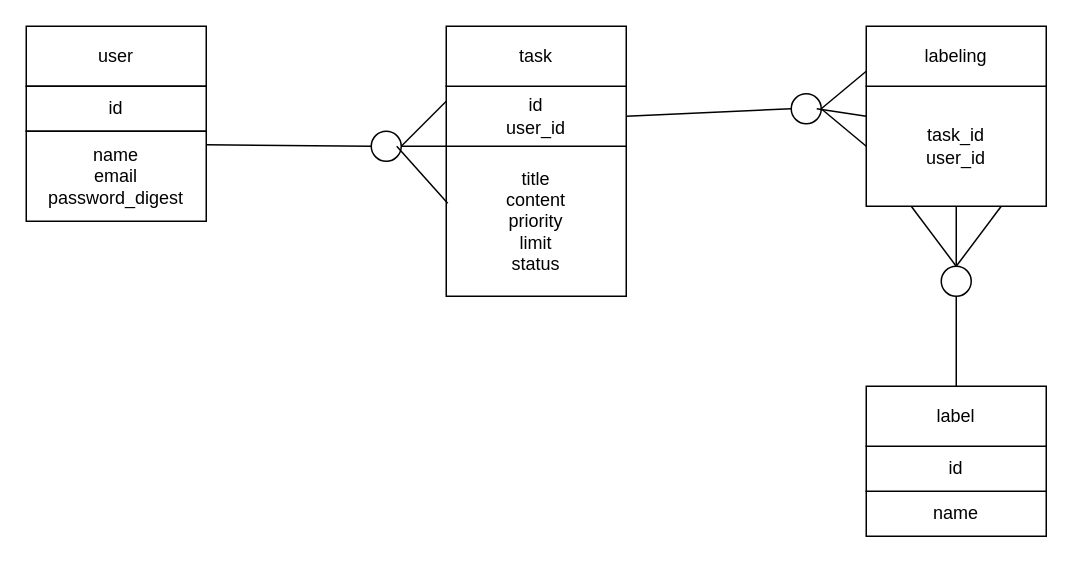
Before: docs/er.drawio in 7sprinkle/manyo_exam, a draw.io diagram. Source tidied: cells renumbered, new cells numbered last; positions are measured from the earlier drawing's top-left corner, leaving out a move shared by most shapes. Both pictures are drawn from the tidied source at 150%, with x=0, y=0 at pixel (26, 26).
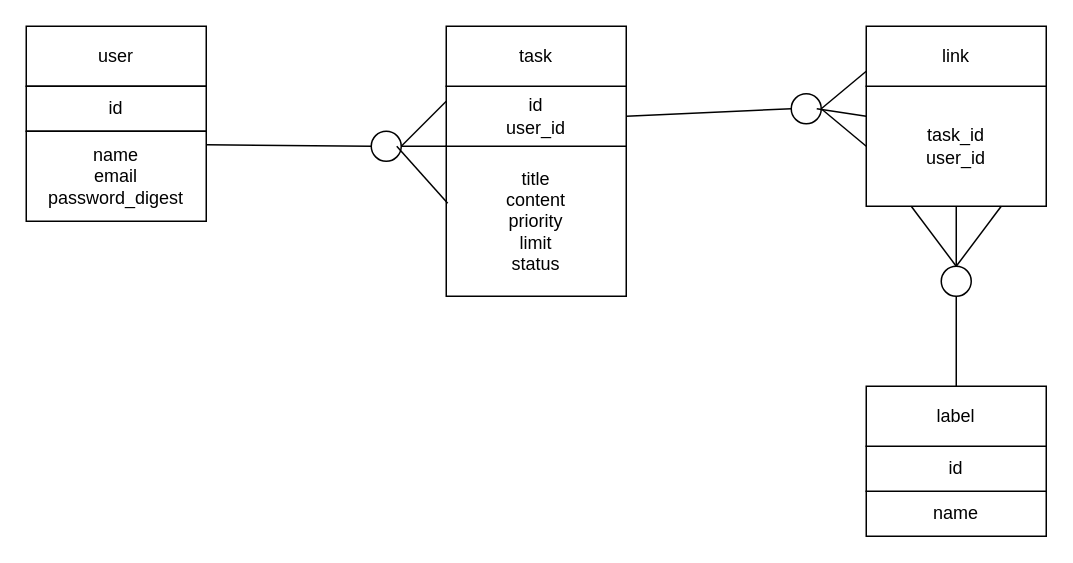
Above is the later version.

The edit, as a diff of the source:
```diff
@@
-    <mxCell id="9" value="labeling" style="rounded=0;whiteSpace=wrap;html=1;shadow=0;" parent="1" vertex="1">
+    <mxCell id="9" value="link" style="rounded=0;whiteSpace=wrap;html=1;shadow=0;" parent="1" vertex="1">
       <mxGeometry x="560" width="120" height="40" as="geometry" />
     </mxCell>
```
